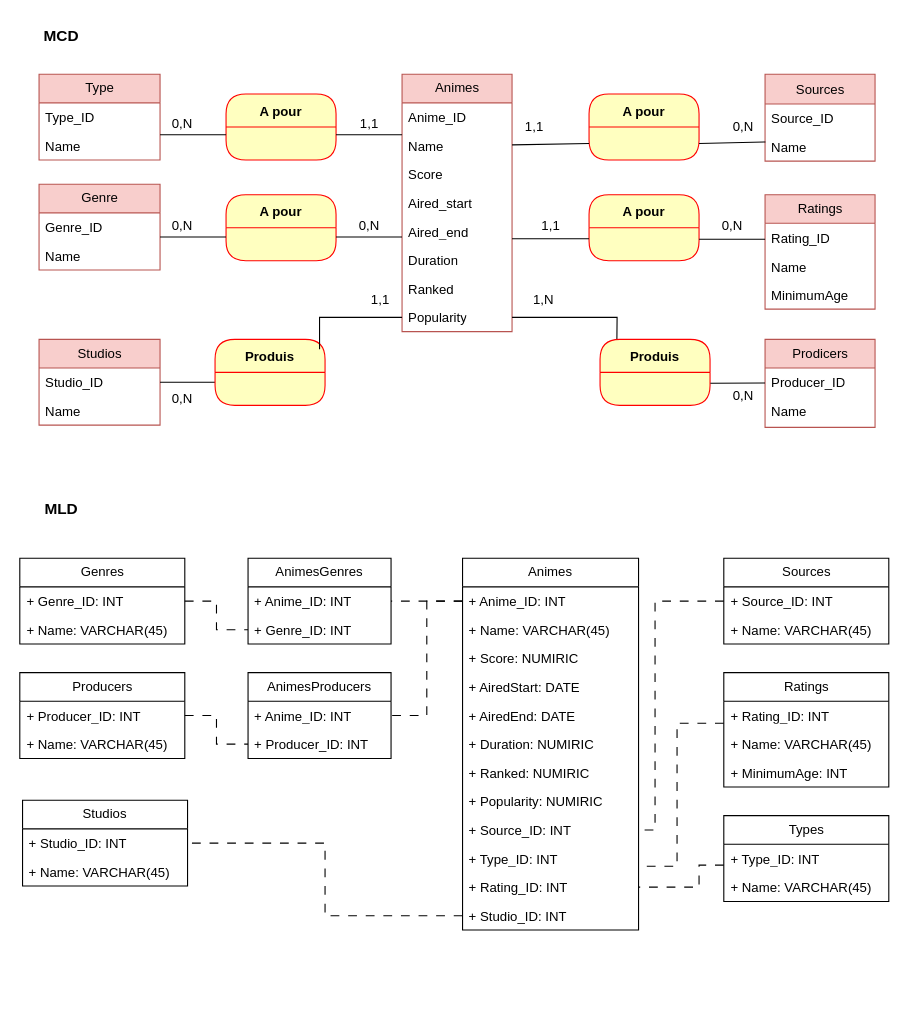
Before: animes_bd/animes.drawio in kkherrazi/postgresql_psycopg2, a draw.io diagram. Source tidied: cells renumbered, new cells numbered last; positions are measured from the earlier drawing's top-left corner, leaving out a move shared by most shapes. Both pictures are drawn from the tidied source at 110%, with x=0, y=0 at pixel (20, 19).
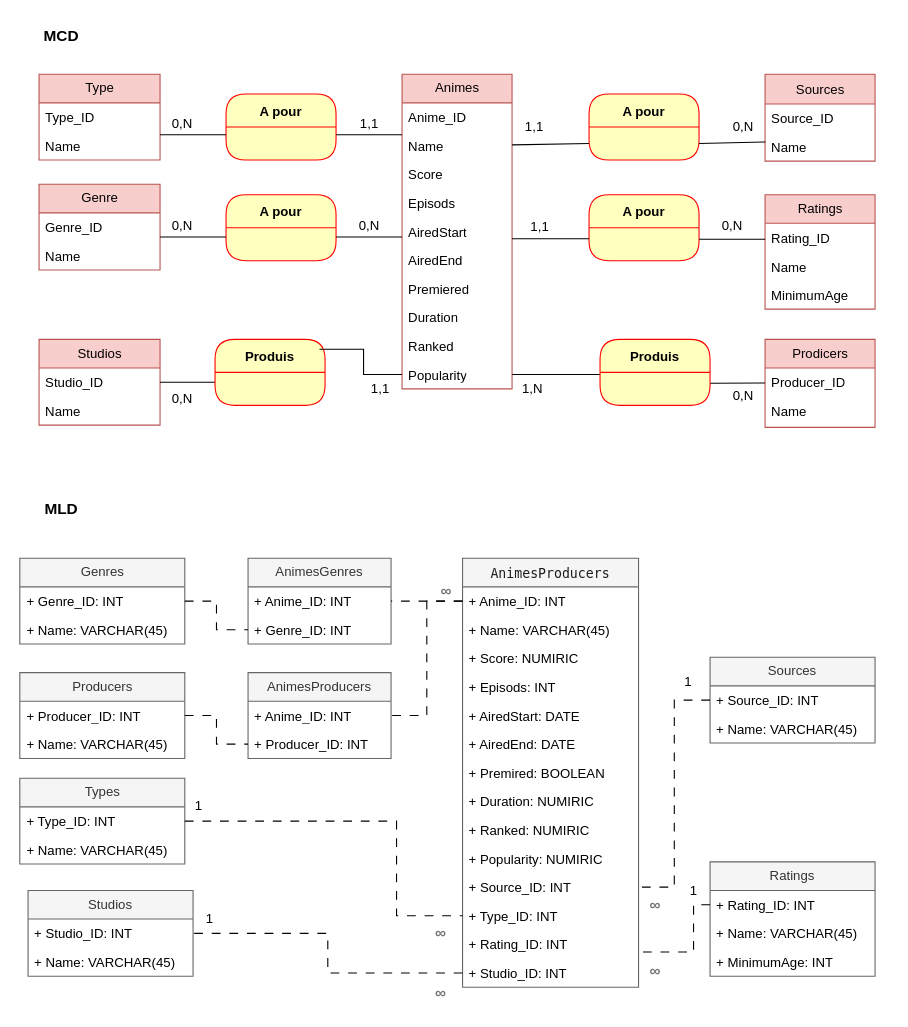
The same page after the edit.

Commit message:
Mettre à jour animes.drawio

Unchanged cells that the change refers to:
```xml
<mxCell id="75" value="+ Rating_ID: INT" style="text;strokeColor=none;fillColor=none;align=left;verticalAlign=top;spacingLeft=4;spacingRight=4;overflow=hidden;points=[[0,0.5],[1,0.5]];portConstraint=eastwest;whiteSpace=wrap;html=1;" parent="74" vertex="1">
  <mxGeometry y="26" width="150" height="26" as="geometry" />
</mxCell>
<mxCell id="82" value="+ Type_ID: INT" style="text;strokeColor=none;fillColor=none;align=left;verticalAlign=top;spacingLeft=4;spacingRight=4;overflow=hidden;points=[[0,0.5],[1,0.5]];portConstraint=eastwest;whiteSpace=wrap;html=1;" parent="81" vertex="1">
  <mxGeometry y="26" width="150" height="26" as="geometry" />
</mxCell>
<mxCell id="88" value="+ Source_ID: INT" style="text;strokeColor=none;fillColor=none;align=left;verticalAlign=top;spacingLeft=4;spacingRight=4;overflow=hidden;points=[[0,0.5],[1,0.5]];portConstraint=eastwest;whiteSpace=wrap;html=1;" parent="87" vertex="1">
  <mxGeometry y="26" width="150" height="26" as="geometry" />
</mxCell>
```

Diff of the diagram source:
```diff
@@
     <mxCell id="2" value="Animes" style="swimlane;fontStyle=0;horizontal=1;startSize=26;fillColor=#f8cecc;html=1;fillStyle=solid;strokeColor=#b85450;" parent="1" vertex="1">
-      <mxGeometry x="347" y="50" width="100" height="234" as="geometry" />
+      <mxGeometry x="347" y="50" width="100" height="286" as="geometry" />
     </mxCell>
@@
+    <mxCell id="108" value="Episods" style="text;strokeColor=none;fillColor=none;align=left;verticalAlign=top;spacingLeft=4;spacingRight=4;overflow=hidden;whiteSpace=wrap;html=1;" parent="2" vertex="1">
+      <mxGeometry y="104" width="100" height="26" as="geometry" />
+    </mxCell>
-    <mxCell id="6" value="Aired_start" style="text;strokeColor=none;fillColor=none;align=left;verticalAlign=top;spacingLeft=4;spacingRight=4;overflow=hidden;whiteSpace=wrap;html=1;" parent="2" vertex="1">
-      <mxGeometry y="104" width="100" height="26" as="geometry" />
+    <mxCell id="6" value="AiredStart" style="text;strokeColor=none;fillColor=none;align=left;verticalAlign=top;spacingLeft=4;spacingRight=4;overflow=hidden;whiteSpace=wrap;html=1;" parent="2" vertex="1">
+      <mxGeometry y="130" width="100" height="26" as="geometry" />
     </mxCell>
-    <mxCell id="7" value="Aired_end" style="text;strokeColor=none;fillColor=none;align=left;verticalAlign=top;spacingLeft=4;spacingRight=4;overflow=hidden;whiteSpace=wrap;html=1;" parent="2" vertex="1">
-      <mxGeometry y="130" width="100" height="26" as="geometry" />
+    <mxCell id="7" value="AiredEnd" style="text;strokeColor=none;fillColor=none;align=left;verticalAlign=top;spacingLeft=4;spacingRight=4;overflow=hidden;whiteSpace=wrap;html=1;" parent="2" vertex="1">
+      <mxGeometry y="156" width="100" height="26" as="geometry" />
     </mxCell>
+    <mxCell id="109" value="Premiered" style="text;strokeColor=none;fillColor=none;align=left;verticalAlign=top;spacingLeft=4;spacingRight=4;overflow=hidden;whiteSpace=wrap;html=1;" parent="2" vertex="1">
+      <mxGeometry y="182" width="100" height="26" as="geometry" />
+    </mxCell>
     <mxCell id="8" value="Duration" style="text;strokeColor=none;fillColor=none;align=left;verticalAlign=top;spacingLeft=4;spacingRight=4;overflow=hidden;whiteSpace=wrap;html=1;" parent="2" vertex="1">
-      <mxGeometry y="156" width="100" height="26" as="geometry" />
+      <mxGeometry y="208" width="100" height="26" as="geometry" />
     </mxCell>
     <mxCell id="9" value="Ranked" style="text;strokeColor=none;fillColor=none;align=left;verticalAlign=top;spacingLeft=4;spacingRight=4;overflow=hidden;whiteSpace=wrap;html=1;" parent="2" vertex="1">
-      <mxGeometry y="182" width="100" height="26" as="geometry" />
+      <mxGeometry y="234" width="100" height="26" as="geometry" />
     </mxCell>
@@
     <mxCell id="11" value="Popularity" style="text;strokeColor=none;fillColor=none;align=left;verticalAlign=top;spacingLeft=4;spacingRight=4;overflow=hidden;points=[[0,0.5],[1,0.5]];portConstraint=eastwest;whiteSpace=wrap;html=1;" parent="2" vertex="1">
-      <mxGeometry y="208" width="100" height="26" as="geometry" />
+      <mxGeometry y="260" width="100" height="26" as="geometry" />
     </mxCell>
@@
     <mxCell id="41" value="1,1" style="text;html=1;align=center;verticalAlign=middle;strokeColor=none;fillColor=none;" parent="1" vertex="1">
-      <mxGeometry x="462" y="173" width="40" height="30" as="geometry" />
+      <mxGeometry x="452" y="174" width="40" height="30" as="geometry" />
     </mxCell>
@@
     <mxCell id="54" value="1,1" style="text;html=1;align=center;verticalAlign=middle;strokeColor=none;fillColor=none;" parent="1" vertex="1">
-      <mxGeometry x="307" y="240" width="40" height="30" as="geometry" />
+      <mxGeometry x="307" y="321" width="40" height="30" as="geometry" />
     </mxCell>
@@
     <mxCell id="56" value="&amp;nbsp; 1,N" style="text;html=1;align=center;verticalAlign=middle;strokeColor=none;fillColor=none;" parent="1" vertex="1">
-      <mxGeometry x="447" y="240" width="50" height="30" as="geometry" />
+      <mxGeometry x="437" y="321" width="50" height="30" as="geometry" />
     </mxCell>
@@
-    <mxCell id="61" value="Animes" style="swimlane;fontStyle=0;horizontal=1;startSize=26;fillColor=none;whiteSpace=wrap;html=1;" parent="1" vertex="1">
-      <mxGeometry x="402" y="490" width="160" height="338" as="geometry" />
+    <mxCell id="61" value="&lt;div style=&quot;font-family: Menlo, Monaco, &amp;quot;Courier New&amp;quot;, monospace; font-weight: normal; font-size: 12px; line-height: 18px; white-space: pre;&quot;&gt;&lt;div style=&quot;&quot;&gt;&lt;span style=&quot;&quot;&gt;AnimesProducers&lt;/span&gt;&lt;/div&gt;&lt;/div&gt;" style="swimlane;fontStyle=0;horizontal=1;startSize=26;whiteSpace=wrap;html=1;fillColor=#f5f5f5;fontColor=#1C1C1C;strokeColor=#666666;" parent="1" vertex="1">
+      <mxGeometry x="402" y="490" width="160" height="390" as="geometry" />
     </mxCell>
@@
+    <mxCell id="110" value="+ Episods: INT" style="text;strokeColor=none;fillColor=none;align=left;verticalAlign=top;spacingLeft=4;spacingRight=4;overflow=hidden;whiteSpace=wrap;html=1;" parent="61" vertex="1">
+      <mxGeometry y="104" width="160" height="26" as="geometry" />
+    </mxCell>
     <mxCell id="65" value="+ AiredStart: DATE" style="text;strokeColor=none;fillColor=none;align=left;verticalAlign=top;spacingLeft=4;spacingRight=4;overflow=hidden;whiteSpace=wrap;html=1;" parent="61" vertex="1">
-      <mxGeometry y="104" width="160" height="26" as="geometry" />
+      <mxGeometry y="130" width="160" height="26" as="geometry" />
     </mxCell>
     <mxCell id="66" value="+ AiredEnd: DATE" style="text;strokeColor=none;fillColor=none;align=left;verticalAlign=top;spacingLeft=4;spacingRight=4;overflow=hidden;whiteSpace=wrap;html=1;" parent="61" vertex="1">
-      <mxGeometry y="130" width="160" height="26" as="geometry" />
+      <mxGeometry y="156" width="160" height="26" as="geometry" />
     </mxCell>
+    <mxCell id="111" value="+ Premired: BOOLEAN" style="text;strokeColor=none;fillColor=none;align=left;verticalAlign=top;spacingLeft=4;spacingRight=4;overflow=hidden;whiteSpace=wrap;html=1;" parent="61" vertex="1">
+      <mxGeometry y="182" width="160" height="26" as="geometry" />
+    </mxCell>
     <mxCell id="67" value="+ Duration: NUMIRIC" style="text;strokeColor=none;fillColor=none;align=left;verticalAlign=top;spacingLeft=4;spacingRight=4;overflow=hidden;whiteSpace=wrap;html=1;" parent="61" vertex="1">
-      <mxGeometry y="156" width="160" height="26" as="geometry" />
+      <mxGeometry y="208" width="160" height="26" as="geometry" />
     </mxCell>
     <mxCell id="68" value="+ Ranked: NUMIRIC" style="text;strokeColor=none;fillColor=none;align=left;verticalAlign=top;spacingLeft=4;spacingRight=4;overflow=hidden;whiteSpace=wrap;html=1;" parent="61" vertex="1">
-      <mxGeometry y="182" width="160" height="26" as="geometry" />
+      <mxGeometry y="234" width="160" height="26" as="geometry" />
     </mxCell>
     <mxCell id="69" value="+ Popularity: NUMIRIC" style="text;strokeColor=none;fillColor=none;align=left;verticalAlign=top;spacingLeft=4;spacingRight=4;overflow=hidden;whiteSpace=wrap;html=1;" parent="61" vertex="1">
-      <mxGeometry y="208" width="160" height="26" as="geometry" />
+      <mxGeometry y="260" width="160" height="26" as="geometry" />
     </mxCell>
     <mxCell id="70" value="+ Source_ID: INT" style="text;strokeColor=none;fillColor=none;align=left;verticalAlign=top;spacingLeft=4;spacingRight=4;overflow=hidden;points=[[0,0.5],[1,0.5]];portConstraint=eastwest;whiteSpace=wrap;html=1;" parent="61" vertex="1">
-      <mxGeometry y="234" width="160" height="26" as="geometry" />
+      <mxGeometry y="286" width="160" height="26" as="geometry" />
     </mxCell>
     <mxCell id="71" value="+ Type_ID: INT" style="text;strokeColor=none;fillColor=none;align=left;verticalAlign=top;spacingLeft=4;spacingRight=4;overflow=hidden;points=[[0,0.5],[1,0.5]];portConstraint=eastwest;whiteSpace=wrap;html=1;" parent="61" vertex="1">
-      <mxGeometry y="260" width="160" height="26" as="geometry" />
+      <mxGeometry y="312" width="160" height="26" as="geometry" />
     </mxCell>
     <mxCell id="72" value="+ Rating_ID: INT" style="text;strokeColor=none;fillColor=none;align=left;verticalAlign=top;spacingLeft=4;spacingRight=4;overflow=hidden;points=[[0,0.5],[1,0.5]];portConstraint=eastwest;whiteSpace=wrap;html=1;" parent="61" vertex="1">
-      <mxGeometry y="286" width="160" height="26" as="geometry" />
+      <mxGeometry y="338" width="160" height="26" as="geometry" />
     </mxCell>
     <mxCell id="73" value="+ Studio_ID: INT" style="text;strokeColor=none;fillColor=none;align=left;verticalAlign=top;spacingLeft=4;spacingRight=4;overflow=hidden;points=[[0,0.5],[1,0.5]];portConstraint=eastwest;whiteSpace=wrap;html=1;" parent="61" vertex="1">
-      <mxGeometry y="312" width="160" height="26" as="geometry" />
+      <mxGeometry y="364" width="160" height="26" as="geometry" />
     </mxCell>
-    <mxCell id="74" value="Ratings" style="swimlane;fontStyle=0;horizontal=1;startSize=26;fillColor=none;whiteSpace=wrap;html=1;" parent="1" vertex="1">
-      <mxGeometry x="639.5" y="594" width="150" height="104" as="geometry" />
+    <mxCell id="74" value="Ratings" style="swimlane;fontStyle=0;horizontal=1;startSize=26;fillColor=#f5f5f5;whiteSpace=wrap;html=1;fontColor=#333333;strokeColor=#666666;" parent="1" vertex="1">
+      <mxGeometry x="627" y="766" width="150" height="104" as="geometry" />
     </mxCell>
@@
-    <mxCell id="78" value="Producers" style="swimlane;fontStyle=0;horizontal=1;startSize=26;fillColor=none;whiteSpace=wrap;html=1;" parent="1" vertex="1">
+    <mxCell id="78" value="Producers" style="swimlane;fontStyle=0;horizontal=1;startSize=26;fillColor=#f5f5f5;whiteSpace=wrap;html=1;fontColor=#333333;strokeColor=#666666;" parent="1" vertex="1">
       <mxGeometry x="-0.5" y="594" width="150" height="78" as="geometry" />
     </mxCell>
@@
-    <mxCell id="81" value="Types" style="swimlane;fontStyle=0;horizontal=1;startSize=26;fillColor=none;whiteSpace=wrap;html=1;" parent="1" vertex="1">
-      <mxGeometry x="639.5" y="724" width="150" height="78" as="geometry" />
+    <mxCell id="81" value="Types" style="swimlane;fontStyle=0;horizontal=1;startSize=26;fillColor=#f5f5f5;whiteSpace=wrap;html=1;fontColor=#333333;strokeColor=#666666;" parent="1" vertex="1">
+      <mxGeometry x="-0.5" y="690" width="150" height="78" as="geometry" />
     </mxCell>
@@
-    <mxCell id="84" value="Genres" style="swimlane;fontStyle=0;horizontal=1;startSize=26;fillColor=none;whiteSpace=wrap;html=1;" parent="1" vertex="1">
+    <mxCell id="84" value="Genres" style="swimlane;fontStyle=0;horizontal=1;startSize=26;fillColor=#f5f5f5;whiteSpace=wrap;html=1;fontColor=#333333;strokeColor=#666666;" parent="1" vertex="1">
       <mxGeometry x="-0.5" y="490" width="150" height="78" as="geometry" />
     </mxCell>
@@
-    <mxCell id="87" value="Sources" style="swimlane;fontStyle=0;horizontal=1;startSize=26;fillColor=none;whiteSpace=wrap;html=1;" parent="1" vertex="1">
-      <mxGeometry x="639.5" y="490" width="150" height="78" as="geometry" />
+    <mxCell id="87" value="Sources" style="swimlane;fontStyle=0;horizontal=1;startSize=26;fillColor=#f5f5f5;whiteSpace=wrap;html=1;fontColor=#333333;strokeColor=#666666;" parent="1" vertex="1">
+      <mxGeometry x="627" y="580" width="150" height="78" as="geometry" />
     </mxCell>
@@
-    <mxCell id="90" value="Studios" style="swimlane;fontStyle=0;horizontal=1;startSize=26;fillColor=none;whiteSpace=wrap;html=1;" parent="1" vertex="1">
-      <mxGeometry x="2" y="710" width="150" height="78" as="geometry" />
+    <mxCell id="90" value="Studios" style="swimlane;fontStyle=0;horizontal=1;startSize=26;fillColor=#f5f5f5;whiteSpace=wrap;html=1;fontColor=#333333;strokeColor=#666666;" parent="1" vertex="1">
+      <mxGeometry x="7" y="792" width="150" height="78" as="geometry" />
     </mxCell>
@@
-    <mxCell id="94" style="edgeStyle=orthogonalEdgeStyle;rounded=0;jettySize=auto;html=1;endArrow=none;startFill=0;dashed=1;dashPattern=8 8;" parent="1" edge="1" source="88" target="70">
-      <mxGeometry relative="1" as="geometry">
-        <Array as="points">
-          <mxPoint x="577" y="529" />
-          <mxPoint x="577" y="737" />
-        </Array>
-      </mxGeometry>
-    </mxCell>
-    <mxCell id="95" style="edgeStyle=orthogonalEdgeStyle;rounded=0;jettySize=auto;html=1;dashed=1;dashPattern=8 8;endArrow=none;startFill=0;" parent="1" edge="1" source="75">
-      <mxGeometry relative="1" as="geometry">
-        <mxPoint x="567" y="770" as="targetPoint" />
-        <Array as="points">
-          <mxPoint x="597" y="640" />
-          <mxPoint x="597" y="770" />
-        </Array>
-      </mxGeometry>
-    </mxCell>
-    <mxCell id="96" style="edgeStyle=orthogonalEdgeStyle;rounded=0;jettySize=auto;html=1;dashed=1;dashPattern=8 8;endArrow=none;startFill=0;entryX=1;entryY=0.5;entryDx=0;entryDy=0;" parent="1" edge="1" source="82" target="72">
-      <mxGeometry relative="1" as="geometry">
-        <Array as="points">
-          <mxPoint x="617" y="769" />
-          <mxPoint x="617" y="789" />
-        </Array>
-      </mxGeometry>
-    </mxCell>
-    <mxCell id="97" value="AnimesGenres" style="swimlane;fontStyle=0;horizontal=1;startSize=26;fillColor=none;whiteSpace=wrap;html=1;" parent="1" vertex="1">
+    <mxCell id="97" value="AnimesGenres" style="swimlane;fontStyle=0;horizontal=1;startSize=26;fillColor=#f5f5f5;whiteSpace=wrap;html=1;fontColor=#333333;strokeColor=#666666;" parent="1" vertex="1">
       <mxGeometry x="207" y="490" width="130" height="78" as="geometry" />
     </mxCell>
@@
-    <mxCell id="102" value="AnimesProducers" style="swimlane;fontStyle=0;horizontal=1;startSize=26;fillColor=none;whiteSpace=wrap;html=1;" parent="1" vertex="1">
+    <mxCell id="102" value="AnimesProducers" style="swimlane;fontStyle=0;horizontal=1;startSize=26;fillColor=#f5f5f5;whiteSpace=wrap;html=1;fontColor=#333333;strokeColor=#666666;" parent="1" vertex="1">
       <mxGeometry x="207" y="594" width="130" height="78" as="geometry" />
     </mxCell>
@@
+    <mxCell id="112" value="&lt;span style=&quot;font-weight: bold; color: rgb(118, 118, 118); font-family: Arial, sans-serif; font-size: 14px; text-align: left; text-wrap-mode: wrap; background-color: rgb(255, 255, 255);&quot;&gt;∞&lt;/span&gt;" style="text;html=1;align=center;verticalAlign=middle;strokeWidth=5;" parent="1" vertex="1">
+      <mxGeometry x="367" y="870" width="30" height="30" as="geometry" />
+    </mxCell>
+    <mxCell id="113" value="&lt;span style=&quot;font-weight: bold; color: rgb(118, 118, 118); font-family: Arial, sans-serif; font-size: 14px; text-align: left; text-wrap-mode: wrap; background-color: rgb(255, 255, 255);&quot;&gt;∞&lt;/span&gt;" style="text;html=1;align=center;verticalAlign=middle;strokeWidth=5;" parent="1" vertex="1">
+      <mxGeometry x="372" y="505" width="30" height="30" as="geometry" />
+    </mxCell>
+    <mxCell id="114" style="edgeStyle=orthogonalEdgeStyle;rounded=0;jettySize=auto;html=1;entryX=0;entryY=0.5;entryDx=0;entryDy=0;endArrow=none;startFill=0;dashed=1;dashPattern=8 8;" parent="1" edge="1" source="82" target="71">
+      <mxGeometry relative="1" as="geometry">
+        <Array as="points">
+          <mxPoint x="342" y="729" />
+          <mxPoint x="342" y="815" />
+        </Array>
+      </mxGeometry>
+    </mxCell>
+    <mxCell id="94" style="edgeStyle=orthogonalEdgeStyle;rounded=0;jettySize=auto;html=1;entryX=1;entryY=0.5;entryDx=0;entryDy=0;endArrow=none;startFill=0;dashed=1;dashPattern=8 8;" parent="1" edge="1" source="88" target="70">
+      <mxGeometry relative="1" as="geometry" />
+    </mxCell>
+    <mxCell id="115" style="edgeStyle=orthogonalEdgeStyle;rounded=0;jettySize=auto;html=1;entryX=1.013;entryY=0.769;entryDx=0;entryDy=0;entryPerimeter=0;dashed=1;dashPattern=8 8;endArrow=none;startFill=0;" parent="1" edge="1" source="75" target="72">
+      <mxGeometry relative="1" as="geometry">
+        <Array as="points">
+          <mxPoint x="612" y="805" />
+          <mxPoint x="612" y="848" />
+        </Array>
+      </mxGeometry>
+    </mxCell>
+    <mxCell id="116" value="&lt;span style=&quot;font-weight: bold; color: rgb(118, 118, 118); font-family: Arial, sans-serif; font-size: 14px; text-align: left; text-wrap-mode: wrap; background-color: rgb(255, 255, 255);&quot;&gt;∞&lt;/span&gt;" style="text;html=1;align=center;verticalAlign=middle;strokeWidth=5;" parent="1" vertex="1">
+      <mxGeometry x="367" y="816" width="30" height="30" as="geometry" />
+    </mxCell>
+    <mxCell id="117" value="&lt;span style=&quot;font-weight: bold; color: rgb(118, 118, 118); font-family: Arial, sans-serif; font-size: 14px; text-align: left; text-wrap-mode: wrap; background-color: rgb(255, 255, 255);&quot;&gt;∞&lt;/span&gt;" style="text;html=1;align=center;verticalAlign=middle;strokeWidth=5;" parent="1" vertex="1">
+      <mxGeometry x="562" y="790" width="30" height="30" as="geometry" />
+    </mxCell>
+    <mxCell id="118" value="&lt;span style=&quot;font-weight: bold; color: rgb(118, 118, 118); font-family: Arial, sans-serif; font-size: 14px; text-align: left; text-wrap-mode: wrap; background-color: rgb(255, 255, 255);&quot;&gt;∞&lt;/span&gt;" style="text;html=1;align=center;verticalAlign=middle;strokeWidth=5;" parent="1" vertex="1">
+      <mxGeometry x="562" y="850" width="30" height="30" as="geometry" />
+    </mxCell>
+    <mxCell id="119" value="1" style="text;html=1;align=center;verticalAlign=middle;strokeColor=none;fillColor=none;" parent="1" vertex="1">
+      <mxGeometry x="597" y="778" width="30" height="30" as="geometry" />
+    </mxCell>
+    <mxCell id="120" value="1" style="text;html=1;align=center;verticalAlign=middle;strokeColor=none;fillColor=none;" parent="1" vertex="1">
+      <mxGeometry x="592" y="588" width="30" height="30" as="geometry" />
+    </mxCell>
+    <mxCell id="121" value="1" style="text;html=1;align=center;verticalAlign=middle;strokeColor=none;fillColor=none;" parent="1" vertex="1">
+      <mxGeometry x="157" y="803" width="30" height="30" as="geometry" />
+    </mxCell>
+    <mxCell id="122" value="1" style="text;html=1;align=center;verticalAlign=middle;strokeColor=none;fillColor=none;" parent="1" vertex="1">
+      <mxGeometry x="147" y="700" width="30" height="30" as="geometry" />
+    </mxCell>
```
